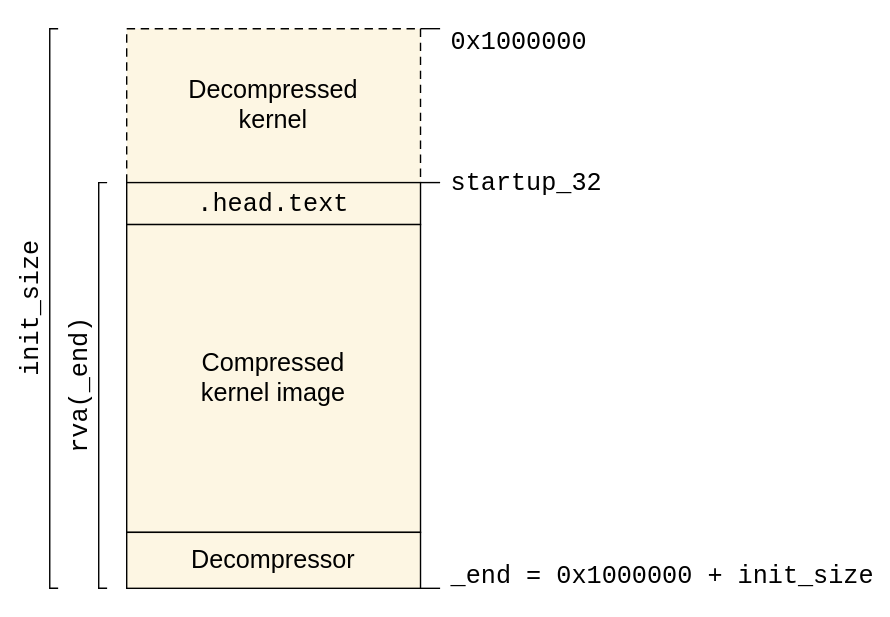
0xAX/linux-insides keeps this draw.io diagram as Booting/images/kernel-relocation-2.svg. Above is the earlier version. Source tidied: cells renumbered, new cells last; positions are measured from the earlier drawing's top-left corner, leaving out a move shared by most shapes. The source it was exported from:
```xml
<mxGraphModel>
  <root>
    <mxCell id="0" />
    <mxCell id="1" parent="0" />
    <mxCell id="2" value="Decompressed&lt;br&gt;kernel" style="rounded=0;whiteSpace=wrap;html=1;fillColor=#fdf6e3;strokeColor=#000000;fontFamily=Helvetica;fontSize=18;dashed=1;dashPattern=6 4;" parent="1" vertex="1">
      <mxGeometry x="129" y="6" width="210" height="110" as="geometry" />
    </mxCell>
    <mxCell id="3" value=".head.text" style="rounded=0;whiteSpace=wrap;html=1;fillColor=#fdf6e3;strokeColor=#000000;fontFamily=monospace;fontSize=18;" parent="1" vertex="1">
      <mxGeometry x="129" y="116" width="210" height="30" as="geometry" />
    </mxCell>
    <mxCell id="4" value="Compressed&lt;br&gt;kernel image" style="rounded=0;whiteSpace=wrap;html=1;fillColor=#fdf6e3;strokeColor=#000000;fontFamily=Helvetica;fontSize=18;" parent="1" vertex="1">
      <mxGeometry x="129" y="146" width="210" height="220" as="geometry" />
    </mxCell>
    <mxCell id="5" value="Decompressor" style="rounded=0;whiteSpace=wrap;html=1;fillColor=#fdf6e3;strokeColor=#000000;fontFamily=Helvetica;fontSize=18;" parent="1" vertex="1">
      <mxGeometry x="129" y="366" width="210" height="40" as="geometry" />
    </mxCell>
    <mxCell id="6" style="html=1;rounded=0;strokeColor=#000000;endArrow=none;" parent="1" edge="1">
      <mxGeometry relative="1" as="geometry">
        <mxPoint x="339" y="6" as="sourcePoint" />
        <mxPoint x="353" y="6" as="targetPoint" />
      </mxGeometry>
    </mxCell>
    <mxCell id="7" value="0x1000000" style="text;html=1;align=left;verticalAlign=middle;fontFamily=monospace;fontSize=18;" parent="1" vertex="1">
      <mxGeometry x="361" width="260" height="30" as="geometry" />
    </mxCell>
    <mxCell id="8" style="html=1;rounded=0;strokeColor=#000000;endArrow=none;" parent="1" edge="1">
      <mxGeometry relative="1" as="geometry">
        <mxPoint x="339" y="116" as="sourcePoint" />
        <mxPoint x="353" y="116" as="targetPoint" />
      </mxGeometry>
    </mxCell>
    <mxCell id="9" value="startup_32" style="text;html=1;align=left;verticalAlign=middle;fontFamily=monospace;fontSize=18;" parent="1" vertex="1">
      <mxGeometry x="361" y="101" width="260" height="30" as="geometry" />
    </mxCell>
    <mxCell id="10" style="html=1;rounded=0;strokeColor=#000000;endArrow=none;" parent="1" edge="1">
      <mxGeometry relative="1" as="geometry">
        <mxPoint x="339" y="406" as="sourcePoint" />
        <mxPoint x="353" y="406" as="targetPoint" />
      </mxGeometry>
    </mxCell>
    <mxCell id="11" value="_end = 0x1000000 + init_size" style="text;html=1;align=left;verticalAlign=middle;fontFamily=monospace;fontSize=18;" parent="1" vertex="1">
      <mxGeometry x="361" y="382" width="260" height="30" as="geometry" />
    </mxCell>
    <mxCell id="12" style="html=1;rounded=0;strokeColor=#000000;endArrow=none;" parent="1" edge="1">
      <mxGeometry relative="1" as="geometry">
        <mxPoint x="80" y="6" as="sourcePoint" />
        <mxPoint x="80" y="406" as="targetPoint" />
        <Array as="points">
          <mxPoint x="74" y="6" />
          <mxPoint x="74" y="406" />
        </Array>
      </mxGeometry>
    </mxCell>
    <mxCell id="13" value="init_size" style="text;html=1;align=center;verticalAlign=middle;rotation=-90;fontFamily=monospace;fontSize=18;" parent="1" vertex="1">
      <mxGeometry y="191" width="120" height="30" as="geometry" />
    </mxCell>
    <mxCell id="14" style="html=1;rounded=0;strokeColor=#000000;endArrow=none;" parent="1" edge="1">
      <mxGeometry relative="1" as="geometry">
        <mxPoint x="115" y="116" as="sourcePoint" />
        <mxPoint x="115" y="406" as="targetPoint" />
        <Array as="points">
          <mxPoint x="109" y="116" />
          <mxPoint x="109" y="406" />
        </Array>
      </mxGeometry>
    </mxCell>
    <mxCell id="15" value="rva(_end)" style="text;html=1;align=center;verticalAlign=middle;rotation=-90;fontFamily=monospace;fontSize=18;" parent="1" vertex="1">
      <mxGeometry x="35" y="246" width="120" height="30" as="geometry" />
    </mxCell>
  </root>
</mxGraphModel>
```
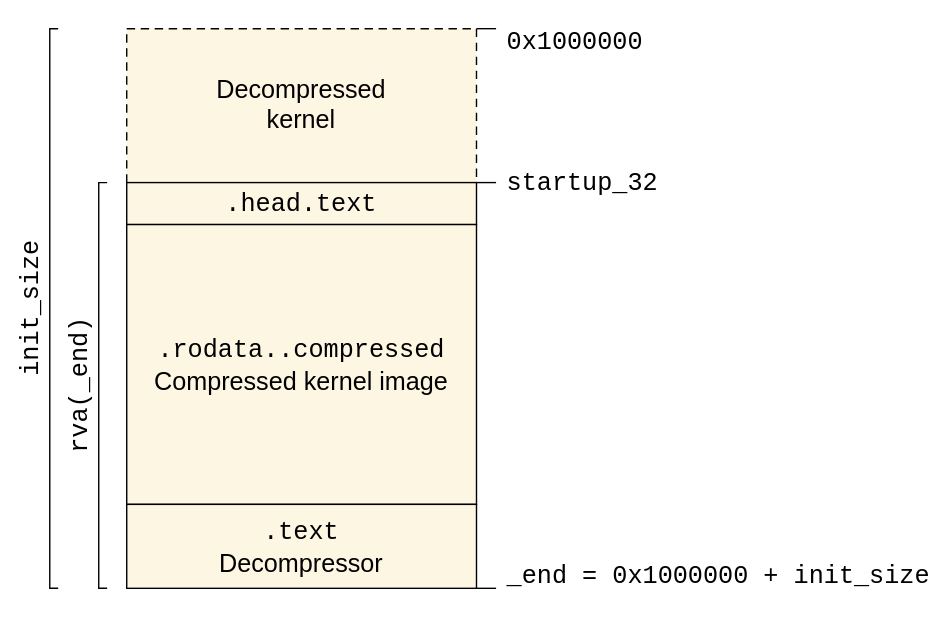
After the commit.

Commit message:
boot-4: update the image for kernel relocation

Diff of the diagram source:
```diff
@@ -3,43 +3,43 @@
     <mxCell id="0" />
     <mxCell id="1" parent="0" />
     <mxCell id="2" value="Decompressed&lt;br&gt;kernel" style="rounded=0;whiteSpace=wrap;html=1;fillColor=#fdf6e3;strokeColor=#000000;fontFamily=Helvetica;fontSize=18;dashed=1;dashPattern=6 4;" parent="1" vertex="1">
-      <mxGeometry x="129" y="6" width="210" height="110" as="geometry" />
+      <mxGeometry x="129" y="6" width="250" height="110" as="geometry" />
     </mxCell>
     <mxCell id="3" value=".head.text" style="rounded=0;whiteSpace=wrap;html=1;fillColor=#fdf6e3;strokeColor=#000000;fontFamily=monospace;fontSize=18;" parent="1" vertex="1">
-      <mxGeometry x="129" y="116" width="210" height="30" as="geometry" />
+      <mxGeometry x="129" y="116" width="250" height="30" as="geometry" />
     </mxCell>
-    <mxCell id="4" value="Compressed&lt;br&gt;kernel image" style="rounded=0;whiteSpace=wrap;html=1;fillColor=#fdf6e3;strokeColor=#000000;fontFamily=Helvetica;fontSize=18;" parent="1" vertex="1">
-      <mxGeometry x="129" y="146" width="210" height="220" as="geometry" />
+    <mxCell id="4" value="&lt;font face=&quot;monospace&quot;&gt;.rodata..compressed&lt;/font&gt;&lt;br&gt;Compressed kernel image" style="rounded=0;whiteSpace=wrap;html=1;fillColor=#fdf6e3;strokeColor=#000000;fontFamily=Helvetica;fontSize=18;" parent="1" vertex="1">
+      <mxGeometry x="129" y="146" width="250" height="200" as="geometry" />
     </mxCell>
-    <mxCell id="5" value="Decompressor" style="rounded=0;whiteSpace=wrap;html=1;fillColor=#fdf6e3;strokeColor=#000000;fontFamily=Helvetica;fontSize=18;" parent="1" vertex="1">
-      <mxGeometry x="129" y="366" width="210" height="40" as="geometry" />
+    <mxCell id="5" value="&lt;font face=&quot;monospace&quot;&gt;.text&lt;/font&gt;&lt;br&gt;Decompressor" style="rounded=0;whiteSpace=wrap;html=1;fillColor=#fdf6e3;strokeColor=#000000;fontFamily=Helvetica;fontSize=18;" parent="1" vertex="1">
+      <mxGeometry x="129" y="346" width="250" height="60" as="geometry" />
     </mxCell>
     <mxCell id="6" style="html=1;rounded=0;strokeColor=#000000;endArrow=none;" parent="1" edge="1">
       <mxGeometry relative="1" as="geometry">
-        <mxPoint x="339" y="6" as="sourcePoint" />
-        <mxPoint x="353" y="6" as="targetPoint" />
+        <mxPoint x="379" y="6" as="sourcePoint" />
+        <mxPoint x="393" y="6" as="targetPoint" />
       </mxGeometry>
     </mxCell>
     <mxCell id="7" value="0x1000000" style="text;html=1;align=left;verticalAlign=middle;fontFamily=monospace;fontSize=18;" parent="1" vertex="1">
-      <mxGeometry x="361" width="260" height="30" as="geometry" />
+      <mxGeometry x="401" width="260" height="30" as="geometry" />
     </mxCell>
     <mxCell id="8" style="html=1;rounded=0;strokeColor=#000000;endArrow=none;" parent="1" edge="1">
       <mxGeometry relative="1" as="geometry">
-        <mxPoint x="339" y="116" as="sourcePoint" />
-        <mxPoint x="353" y="116" as="targetPoint" />
+        <mxPoint x="379" y="116" as="sourcePoint" />
+        <mxPoint x="393" y="116" as="targetPoint" />
       </mxGeometry>
     </mxCell>
     <mxCell id="9" value="startup_32" style="text;html=1;align=left;verticalAlign=middle;fontFamily=monospace;fontSize=18;" parent="1" vertex="1">
-      <mxGeometry x="361" y="101" width="260" height="30" as="geometry" />
+      <mxGeometry x="401" y="101" width="260" height="30" as="geometry" />
     </mxCell>
     <mxCell id="10" style="html=1;rounded=0;strokeColor=#000000;endArrow=none;" parent="1" edge="1">
       <mxGeometry relative="1" as="geometry">
-        <mxPoint x="339" y="406" as="sourcePoint" />
-        <mxPoint x="353" y="406" as="targetPoint" />
+        <mxPoint x="379" y="406" as="sourcePoint" />
+        <mxPoint x="393" y="406" as="targetPoint" />
       </mxGeometry>
     </mxCell>
     <mxCell id="11" value="_end = 0x1000000 + init_size" style="text;html=1;align=left;verticalAlign=middle;fontFamily=monospace;fontSize=18;" parent="1" vertex="1">
-      <mxGeometry x="361" y="382" width="260" height="30" as="geometry" />
+      <mxGeometry x="401" y="382" width="260" height="30" as="geometry" />
     </mxCell>
     <mxCell id="12" style="html=1;rounded=0;strokeColor=#000000;endArrow=none;" parent="1" edge="1">
       <mxGeometry relative="1" as="geometry">
```
